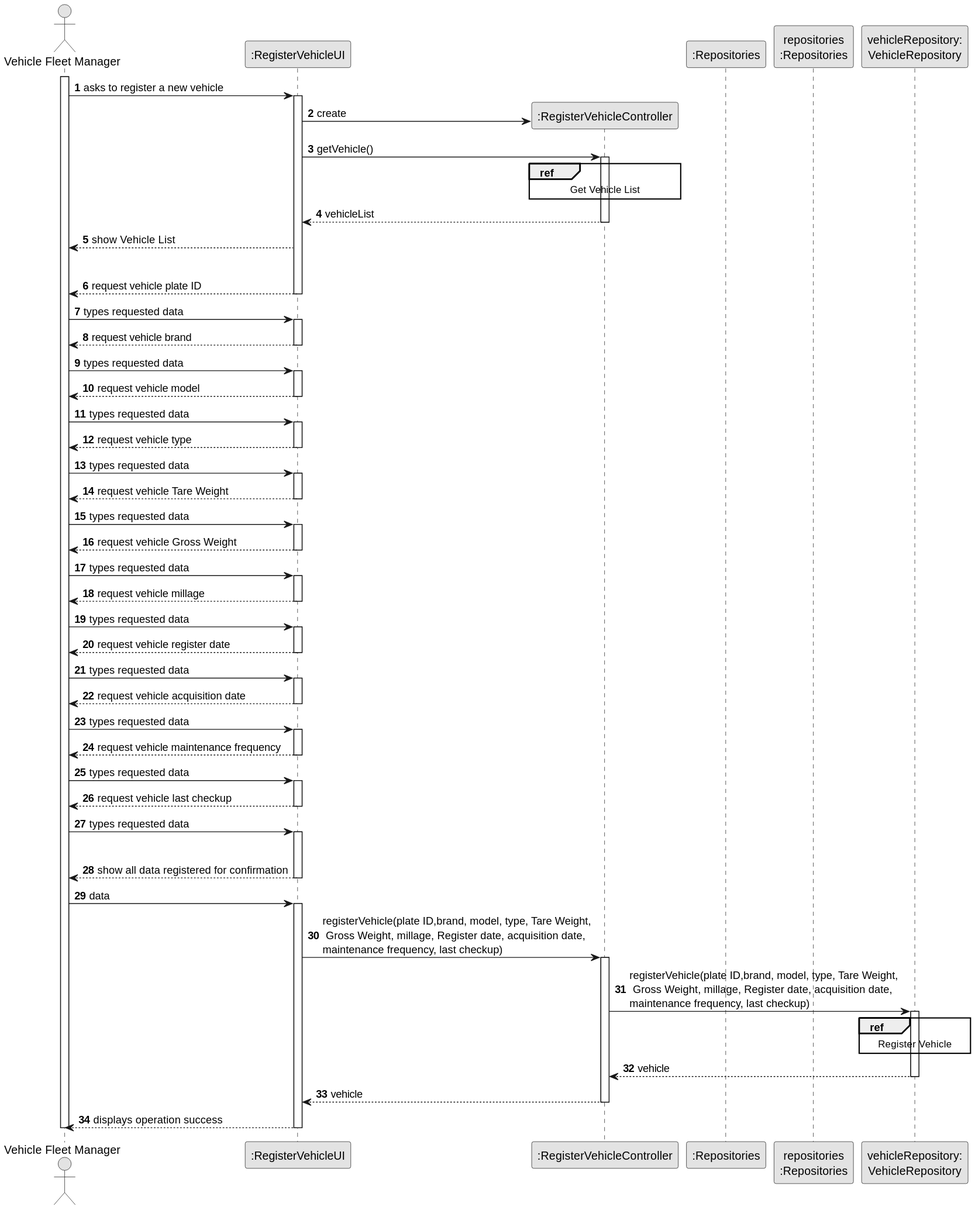
SAEmanuel/Green_Spaces_Management_ISEP keeps this PlantUML diagram as docs/sprintB/us006/03.design/svg/us006-sequence-diagram-split.svg. Above is the earlier version.
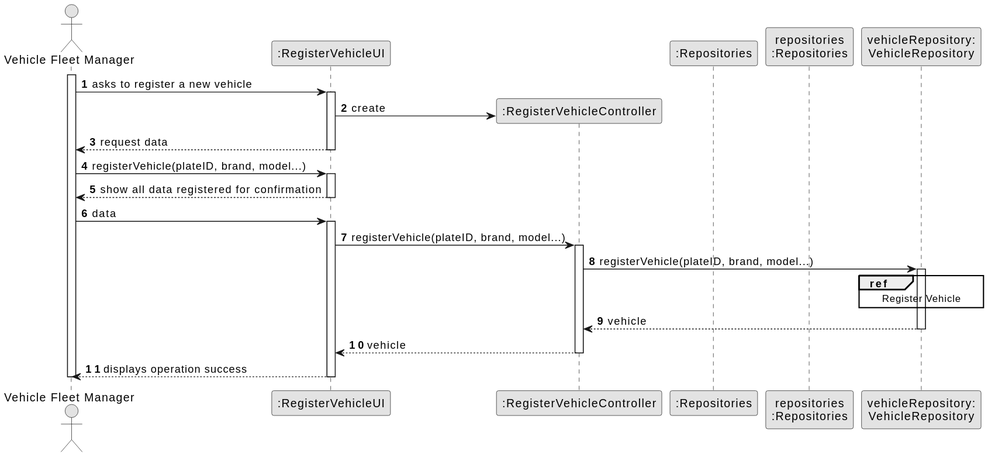
After the change.

What changed in the source:
```diff
@@ -18,87 +18,17 @@
 
         activate UI
 
+
             UI -> CTRL** : create
 
-            UI -> CTRL : getVehicle()
-            activate CTRL
 
-                ref over CTRL
-                    Get Vehicle List
-                end ref
+            UI --> VFM : request data
+            deactivate UI
 
-                CTRL --> UI : vehicleList
-            deactivate CTRL
+            VFM -> UI : registerVehicle(plateID, brand, model...)
+            activate UI
 
 
-        UI --> VFM : show Vehicle List
-        |||
-        UI --> VFM : request vehicle plate ID
-            deactivate UI
-
-        VFM -> UI : types requested data
-        activate UI
-
-        UI --> VFM : request vehicle brand
-        deactivate UI
-
-        VFM -> UI : types requested data
-        activate UI
-
-        UI --> VFM : request vehicle model
-        deactivate UI
-
-        VFM -> UI : types requested data
-        activate UI
-
-        UI --> VFM : request vehicle type
-        deactivate UI
-
-        VFM -> UI : types requested data
-        activate UI
-
-        UI --> VFM : request vehicle Tare Weight
-        deactivate UI
-
-        VFM -> UI : types requested data
-        activate UI
-
-        UI --> VFM : request vehicle Gross Weight
-        deactivate UI
-
-        VFM -> UI : types requested data
-        activate UI
-
-        UI --> VFM : request vehicle millage
-        deactivate UI
-
-        VFM -> UI : types requested data
-        activate UI
-
-        UI --> VFM : request vehicle register date
-        deactivate UI
-
-        VFM -> UI : types requested data
-        activate UI
-
-        UI --> VFM : request vehicle acquisition date
-        deactivate UI
-
-        VFM -> UI : types requested data
-        activate UI
-
-        UI --> VFM : request vehicle maintenance frequency
-        deactivate UI
-
-        VFM -> UI : types requested data
-        activate UI
-
-        UI --> VFM : request vehicle last checkup
-        deactivate UI
-
-        VFM -> UI : types requested data
-        activate UI
-        |||
 
         UI --> VFM : show all data registered  for confirmation
         deactivate UI
@@ -106,13 +36,13 @@
     VFM -> UI : data
     activate UI
 
-        UI -> CTRL : registerVehicle(plate ID,brand, model, type, Tare Weight,\n Gross Weight, millage, Register date, acquisition date,\nmaintenance frequency, last checkup)
+        UI -> CTRL : registerVehicle(plateID, brand, model...)
         activate CTRL
 
 
 
 
-            CTRL -> vehicleRepository: registerVehicle(plate ID,brand, model, type, Tare Weight,\n Gross Weight, millage, Register date, acquisition date,\nmaintenance frequency, last checkup)
+            CTRL -> vehicleRepository: registerVehicle(plateID, brand, model...)
             activate vehicleRepository
 
             ref over vehicleRepository
```
